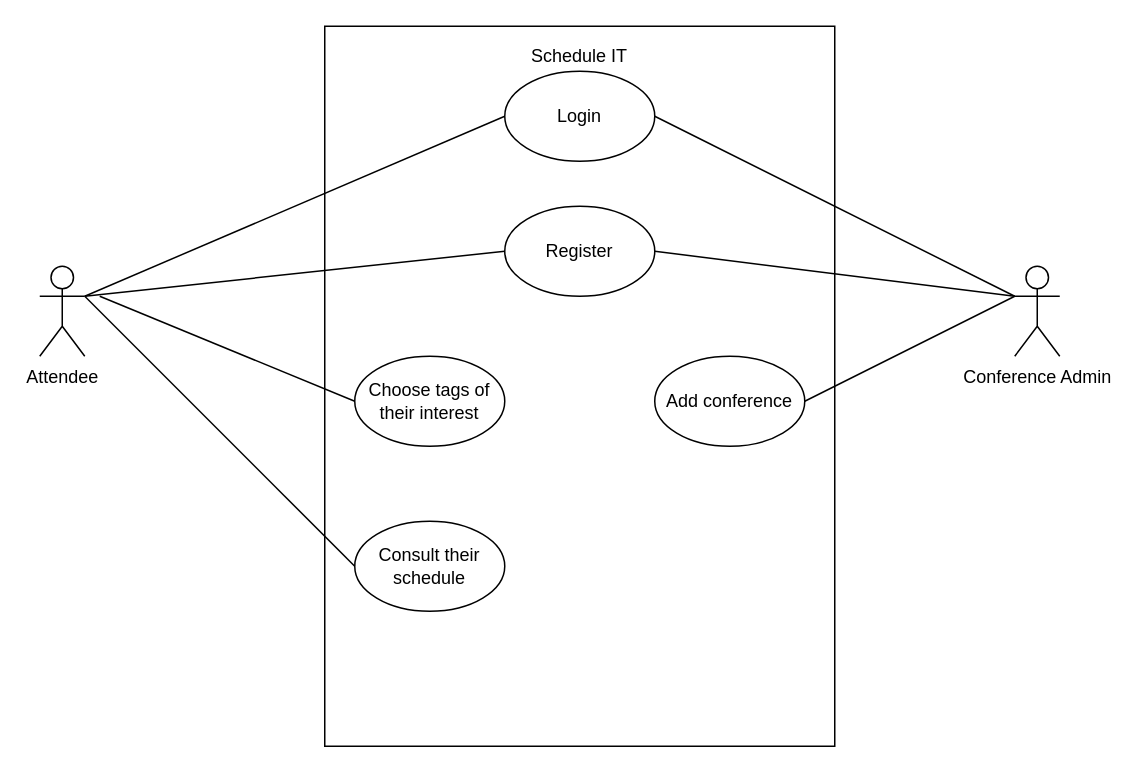
Above: Use Cases Diagram.drawio in claramoreirag/FEUP-ESOF (draw.io), before the change. Source tidied: cells renumbered, new cells numbered last; positions are measured from the earlier drawing's top-left corner, leaving out a move shared by most shapes. Both pictures are drawn from the tidied source at 150%, with x=0, y=0 at pixel (39, 26).
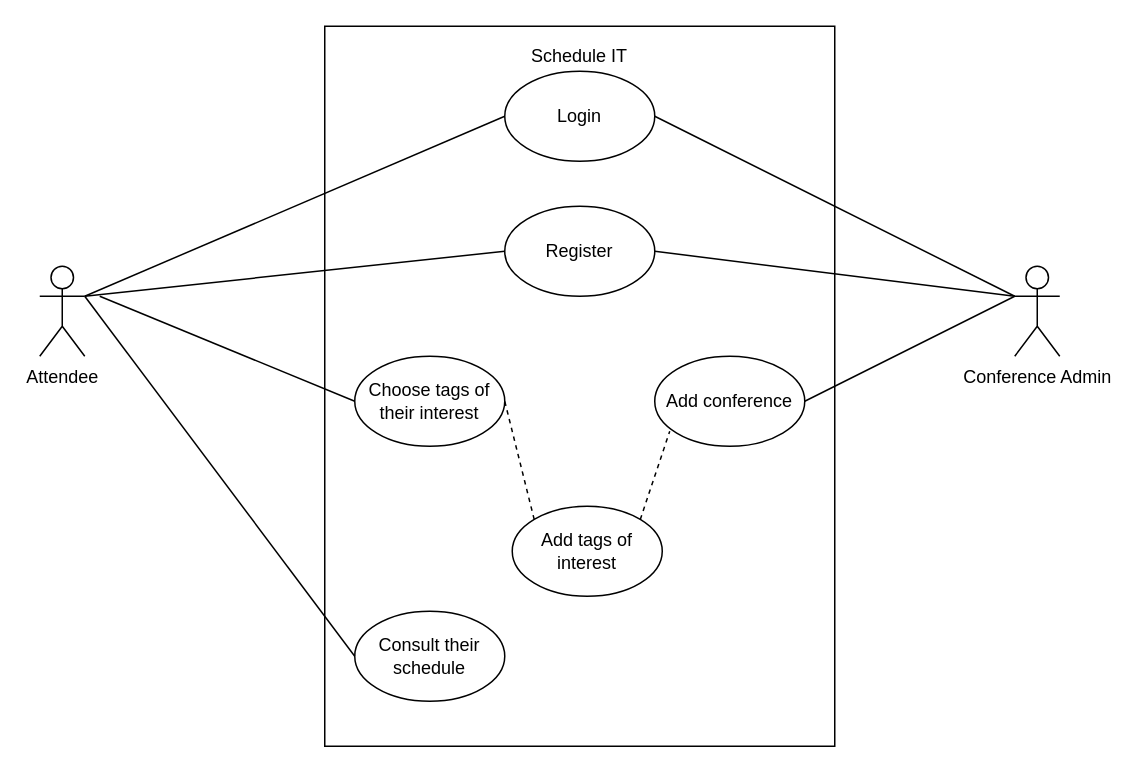
Above is the later version.

Commit message:
Updated Use Cases Diagram

Unchanged cells that the change refers to:
```xml
<mxCell id="8" value="Choose tags of their interest" style="ellipse;whiteSpace=wrap;html=1;" parent="1" vertex="1">
  <mxGeometry x="210" y="220" width="100" height="60" as="geometry" />
</mxCell>
```

The edit, as a diff of the source:
```diff
@@
     <mxCell id="10" value="Consult their schedule" style="ellipse;whiteSpace=wrap;html=1;" parent="1" vertex="1">
-      <mxGeometry x="210" y="330" width="100" height="60" as="geometry" />
+      <mxGeometry x="210" y="390" width="100" height="60" as="geometry" />
     </mxCell>
@@
+    <mxCell id="18" value="Add tags of interest" style="ellipse;whiteSpace=wrap;html=1;" parent="1" vertex="1">
+      <mxGeometry x="315" y="320" width="100" height="60" as="geometry" />
+    </mxCell>
+    <mxCell id="19" style="endArrow=none;dashed=1;html=1;entryX=1;entryY=0.5;entryDx=0;entryDy=0;exitX=0;exitY=0;exitDx=0;exitDy=0;" parent="1" edge="1" source="18" target="8">
+      <mxGeometry relative="1" as="geometry" />
+    </mxCell>
+    <mxCell id="20" style="endArrow=none;dashed=1;html=1;exitX=1;exitY=0;exitDx=0;exitDy=0;" parent="1" edge="1" source="18">
+      <mxGeometry relative="1" as="geometry">
+        <mxPoint x="420" y="270" as="targetPoint" />
+      </mxGeometry>
+    </mxCell>
```
